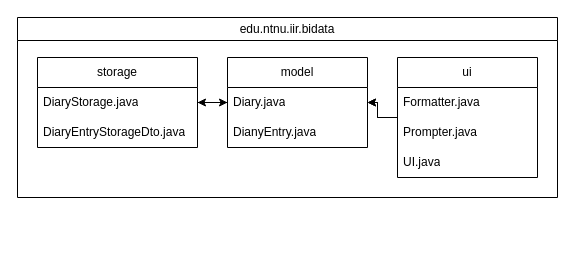
Above: ProjectStructureDiagram.drawio in NTNU-IDI/mappe-2025-eliashaugsbakk (draw.io), before the change. Source tidied: cells renumbered, new cells numbered last; positions are measured from the earlier drawing's top-left corner, leaving out a move shared by most shapes. Both pictures are drawn from the tidied source at 100%, with x=0, y=0 at pixel (17, 17).
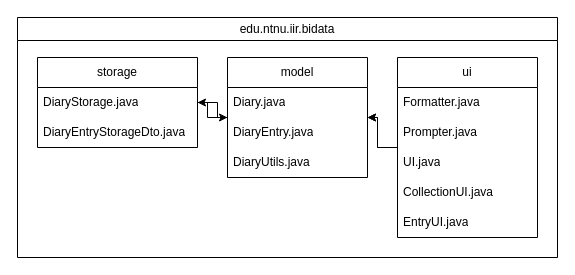
After the change.

Change to the diagram source:
```diff
@@
 <mxGraphModel>
   <root>
     <mxCell id="0" />
     <mxCell id="1" parent="0" />
     <mxCell id="2" style="edgeStyle=orthogonalEdgeStyle;rounded=0;jettySize=auto;html=1;" parent="1" edge="1" source="3" target="6">
       <mxGeometry relative="1" as="geometry" />
     </mxCell>
     <mxCell id="3" value="model" style="swimlane;fontStyle=0;horizontal=1;startSize=30;whiteSpace=wrap;html=1;" parent="1" vertex="1">
-      <mxGeometry x="210" y="40" width="140" height="90" as="geometry" />
+      <mxGeometry x="210" y="40" width="140" height="120" as="geometry" />
     </mxCell>
     <mxCell id="4" value="Diary.java" style="text;strokeColor=none;fillColor=none;align=left;verticalAlign=middle;spacingLeft=4;spacingRight=4;overflow=hidden;whiteSpace=wrap;html=1;" parent="3" vertex="1">
       <mxGeometry y="30" width="140" height="30" as="geometry" />
     </mxCell>
-    <mxCell id="5" value="DianyEntry.java" style="text;strokeColor=none;fillColor=none;align=left;verticalAlign=middle;spacingLeft=4;spacingRight=4;overflow=hidden;whiteSpace=wrap;html=1;" parent="3" vertex="1">
+    <mxCell id="5" value="DiaryEntry.java" style="text;strokeColor=none;fillColor=none;align=left;verticalAlign=middle;spacingLeft=4;spacingRight=4;overflow=hidden;whiteSpace=wrap;html=1;" parent="3" vertex="1">
       <mxGeometry y="60" width="140" height="30" as="geometry" />
     </mxCell>
+    <mxCell id="17" value="DiaryUtils.java" style="text;strokeColor=none;fillColor=none;align=left;verticalAlign=middle;spacingLeft=4;spacingRight=4;overflow=hidden;whiteSpace=wrap;html=1;" parent="3" vertex="1">
+      <mxGeometry y="90" width="140" height="30" as="geometry" />
+    </mxCell>
     <mxCell id="6" value="storage" style="swimlane;fontStyle=0;horizontal=1;startSize=30;whiteSpace=wrap;html=1;" parent="1" vertex="1">
       <mxGeometry x="20" y="40" width="160" height="90" as="geometry" />
     </mxCell>
     <mxCell id="7" value="DiaryStorage.java" style="text;strokeColor=none;fillColor=none;align=left;verticalAlign=middle;spacingLeft=4;spacingRight=4;overflow=hidden;points=[[0,0.5],[1,0.5]];portConstraint=eastwest;whiteSpace=wrap;html=1;" parent="6" vertex="1">
       <mxGeometry y="30" width="160" height="30" as="geometry" />
     </mxCell>
     <mxCell id="8" value="DiaryEntryStorageDto.java" style="text;strokeColor=none;fillColor=none;align=left;verticalAlign=middle;spacingLeft=4;spacingRight=4;overflow=hidden;whiteSpace=wrap;html=1;" parent="6" vertex="1">
       <mxGeometry y="60" width="160" height="30" as="geometry" />
     </mxCell>
     <mxCell id="9" style="edgeStyle=orthogonalEdgeStyle;rounded=0;jettySize=auto;html=1;" parent="1" edge="1" source="11" target="3">
       <mxGeometry relative="1" as="geometry" />
     </mxCell>
     <mxCell id="10" style="edgeStyle=orthogonalEdgeStyle;rounded=0;jettySize=auto;html=1;" parent="1" edge="1" source="11" target="3">
       <mxGeometry relative="1" as="geometry" />
     </mxCell>
     <mxCell id="11" value="ui" style="swimlane;fontStyle=0;horizontal=1;startSize=30;whiteSpace=wrap;html=1;" parent="1" vertex="1">
-      <mxGeometry x="380" y="40" width="140" height="120" as="geometry" />
+      <mxGeometry x="380" y="40" width="140" height="180" as="geometry" />
     </mxCell>
     <mxCell id="12" value="Formatter.java" style="text;strokeColor=none;fillColor=none;align=left;verticalAlign=middle;spacingLeft=4;spacingRight=4;overflow=hidden;whiteSpace=wrap;html=1;" parent="11" vertex="1">
       <mxGeometry y="30" width="140" height="30" as="geometry" />
     </mxCell>
     <mxCell id="13" value="Prompter.java" style="text;strokeColor=none;fillColor=none;align=left;verticalAlign=middle;spacingLeft=4;spacingRight=4;overflow=hidden;whiteSpace=wrap;html=1;" parent="11" vertex="1">
       <mxGeometry y="60" width="140" height="30" as="geometry" />
     </mxCell>
     <mxCell id="14" value="UI.java" style="text;strokeColor=none;fillColor=none;align=left;verticalAlign=middle;spacingLeft=4;spacingRight=4;overflow=hidden;whiteSpace=wrap;html=1;" parent="11" vertex="1">
       <mxGeometry y="90" width="140" height="30" as="geometry" />
     </mxCell>
+    <mxCell id="18" value="CollectionUI.java" style="text;strokeColor=none;fillColor=none;align=left;verticalAlign=middle;spacingLeft=4;spacingRight=4;overflow=hidden;whiteSpace=wrap;html=1;" parent="11" vertex="1">
+      <mxGeometry y="120" width="140" height="30" as="geometry" />
+    </mxCell>
+    <mxCell id="19" value="EntryUI.java" style="text;strokeColor=none;fillColor=none;align=left;verticalAlign=middle;spacingLeft=4;spacingRight=4;overflow=hidden;whiteSpace=wrap;html=1;" parent="11" vertex="1">
+      <mxGeometry y="150" width="140" height="30" as="geometry" />
+    </mxCell>
+    <mxCell id="16" value="&lt;span style=&quot;font-weight: 400;&quot;&gt;edu.ntnu.iir.bidata&lt;/span&gt;" style="swimlane;whiteSpace=wrap;html=1;" parent="1" vertex="1">
+      <mxGeometry width="540" height="240" as="geometry" />
+    </mxCell>
     <mxCell id="15" style="edgeStyle=orthogonalEdgeStyle;rounded=0;jettySize=auto;html=1;" parent="1" edge="1" source="7" target="3">
       <mxGeometry relative="1" as="geometry" />
     </mxCell>
-    <mxCell id="16" value="&lt;span style=&quot;font-weight: 400;&quot;&gt;edu.ntnu.iir.bidata&lt;/span&gt;" style="swimlane;whiteSpace=wrap;html=1;" parent="1" vertex="1">
-      <mxGeometry width="540" height="180" as="geometry" />
-    </mxCell>
   </root>
 </mxGraphModel>
```
